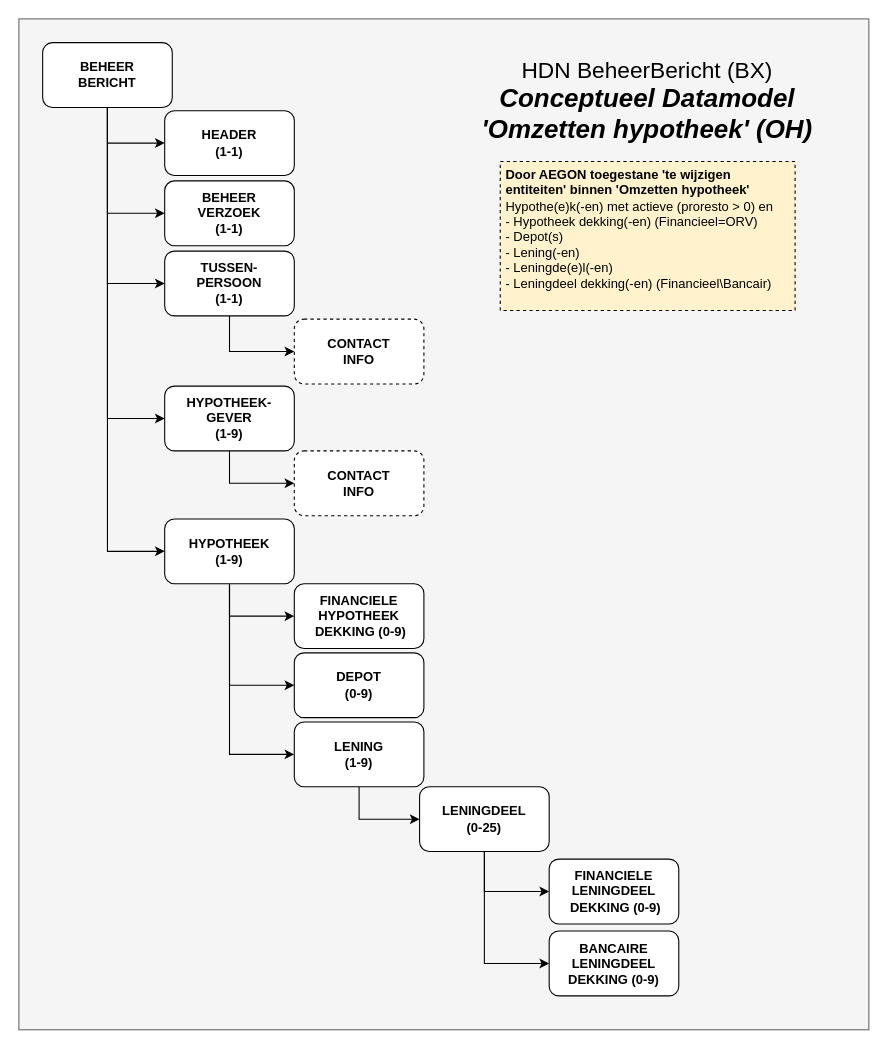
Above: page "Datamodel OH" (1 of 5) of HDN_BX_MM_OmzettenHypotheek.drawio in luchthandel/diagrams (draw.io), before the change. Source tidied: cells renumbered, new cells numbered last; positions are measured from the earlier drawing's top-left corner, leaving out a move shared by most shapes. Both pictures are drawn from the tidied source at 108%, with x=0, y=0 at pixel (18, 18).
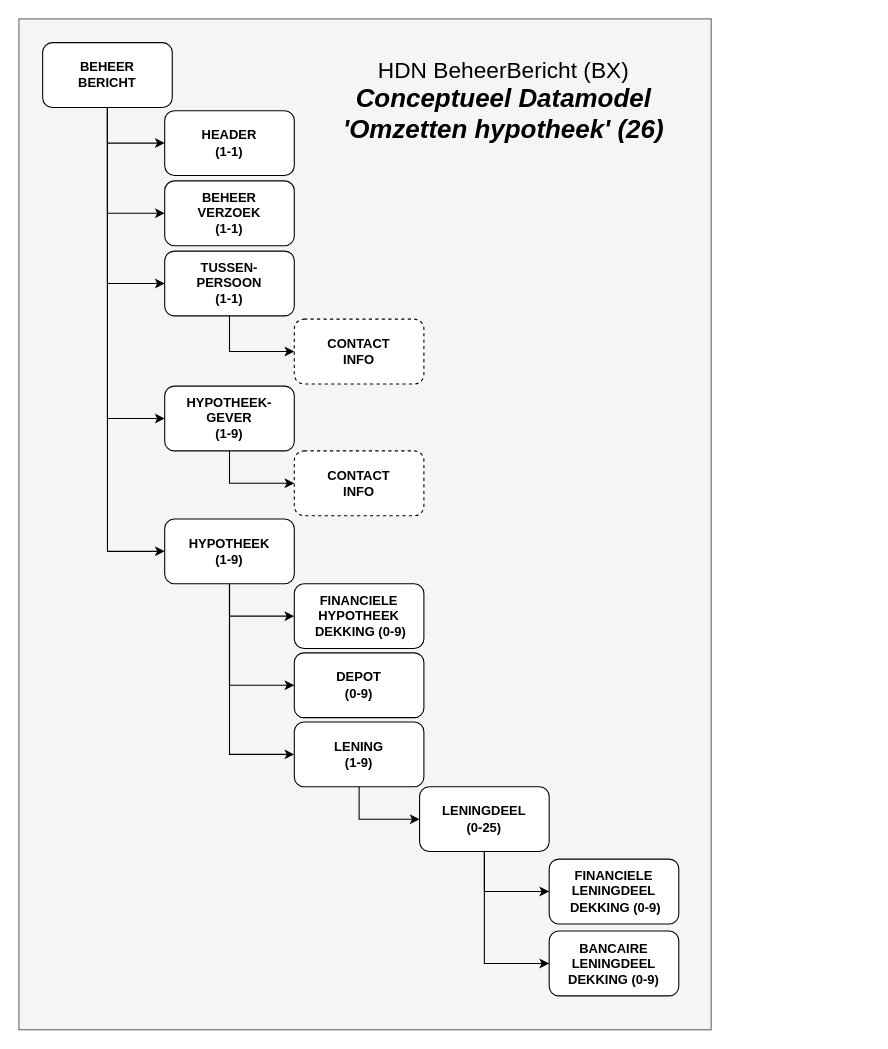
The same page after the edit.

What changed in the source:
```diff
@@
     <mxCell id="2" style="rounded=0;whiteSpace=wrap;html=1;fillColor=#f5f5f5;strokeColor=#666666;fontColor=#333333;labelBackgroundColor=none;" parent="1" vertex="1">
-      <mxGeometry width="787" height="936" as="geometry" />
+      <mxGeometry width="641" height="936" as="geometry" />
     </mxCell>
@@
-    <mxCell id="27" value="&lt;font style=&quot;font-size: 21px&quot;&gt;HDN BeheerBericht (BX)&lt;br&gt;&lt;/font&gt;&lt;span style=&quot;font-size: 24px&quot;&gt;&lt;b&gt;&lt;i&gt;Conceptueel Datamodel&lt;br&gt;'Omzetten hypotheek' (OH)&lt;/i&gt;&lt;/b&gt;&lt;/span&gt;" style="text;html=1;strokeColor=none;fillColor=none;align=center;verticalAlign=middle;whiteSpace=wrap;rounded=0;" parent="1" vertex="1">
-      <mxGeometry x="404" y="39" width="356.4" height="74.5" as="geometry" />
+    <mxCell id="27" value="&lt;font style=&quot;font-size: 21px&quot;&gt;HDN BeheerBericht (BX)&lt;br&gt;&lt;/font&gt;&lt;span style=&quot;font-size: 24px&quot;&gt;&lt;b&gt;&lt;i&gt;Conceptueel Datamodel&lt;br&gt;'Omzetten hypotheek' (26)&lt;/i&gt;&lt;/b&gt;&lt;/span&gt;" style="text;html=1;strokeColor=none;fillColor=none;align=center;verticalAlign=middle;whiteSpace=wrap;rounded=0;" parent="1" vertex="1">
+      <mxGeometry x="271" y="39" width="356.4" height="74.5" as="geometry" />
     </mxCell>
@@
-    <mxCell id="31" value="&lt;p style=&quot;font-size: 12px&quot;&gt;&lt;b&gt;Door AEGON toegestane 'te wijzigen entiteiten' binnen 'Omzetten hypotheek'&lt;br&gt;&lt;/b&gt;Hypothe(e)k(-en) met actieve (proresto &amp;gt; 0) en&lt;br&gt;- Hypotheek dekking(-en) (Financieel=ORV)&lt;br&gt;- Depot(s)&lt;br&gt;- Lening(-en)&lt;br&gt;- Leningde(e)l(-en)&lt;br&gt;- Leningdeel dekking(-en) (Financieel\Bancair)&lt;/p&gt;&lt;p&gt;&lt;/p&gt;" style="text;html=1;fillColor=#fff2cc;spacing=5;spacingTop=-20;whiteSpace=wrap;overflow=hidden;rounded=0;align=left;fontSize=12;verticalAlign=bottom;strokeColor=#000000;dashed=1;" parent="1" vertex="1">
-      <mxGeometry x="445.7" y="132" width="273" height="138" as="geometry" />
-    </mxCell>
```
